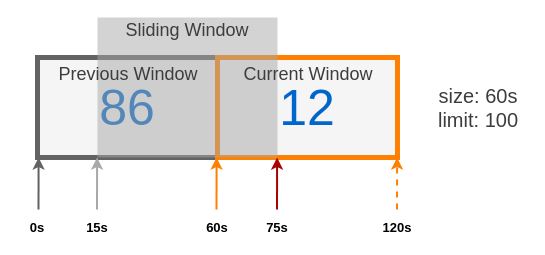
The draw.io diagram docs/slidingwindow.drawio in RussellLuo/slidingwindow, before the edit. Source tidied: cells renumbered, new cells numbered last; positions are measured from the earlier drawing's top-left corner, leaving out a move shared by most shapes. Both pictures are drawn from the tidied source at 100%, with x=0, y=0 at pixel (17, 17).
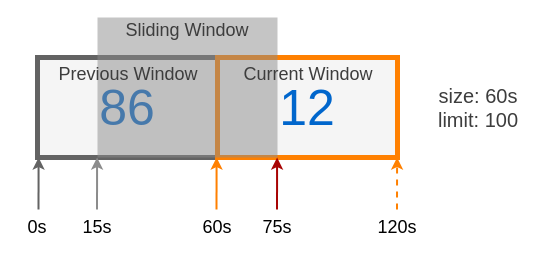
After the change.

The edit, as a diff of the source:
```diff
@@
-    <mxCell id="4" style="rounded=0;whiteSpace=wrap;html=1;dashed=1;gradientColor=none;fillColor=#A8A8A8;strokeWidth=2;strokeColor=none;opacity=50;fontSize=18;" parent="1" vertex="1">
+    <mxCell id="4" style="rounded=0;whiteSpace=wrap;html=1;dashed=1;gradientColor=none;fillColor=#8C8C8C;strokeWidth=2;strokeColor=none;opacity=50;fontSize=18;" parent="1" vertex="1">
       <mxGeometry x="80" width="180" height="140" as="geometry" />
     </mxCell>
@@
-    <mxCell id="6" style="endArrow=classic;html=1;strokeColor=#A8A8A8;strokeWidth=2;entryX=0.006;entryY=0.98;entryDx=0;entryDy=0;entryPerimeter=0;fillColor=#dae8fc;" parent="1" edge="1">
+    <mxCell id="6" style="endArrow=classic;html=1;strokeColor=#8C8C8C;strokeWidth=2;entryX=0.006;entryY=0.98;entryDx=0;entryDy=0;entryPerimeter=0;fillColor=#dae8fc;" parent="1" edge="1">
       <mxGeometry relative="1" as="geometry">
         <mxPoint x="79.5" y="192" as="sourcePoint" />
         <mxPoint x="79.6" y="140" as="targetPoint" />
       </mxGeometry>
     </mxCell>
@@
-    <mxCell id="9" value="0s" style="text;html=1;strokeColor=none;fillColor=none;align=center;verticalAlign=middle;whiteSpace=wrap;rounded=0;dashed=1;opacity=50;fontSize=13;fontStyle=1;" parent="1" vertex="1">
+    <mxCell id="9" value="0s" style="text;html=1;strokeColor=none;fillColor=none;align=center;verticalAlign=middle;whiteSpace=wrap;rounded=0;dashed=1;opacity=50;fontSize=18;fontStyle=0;" parent="1" vertex="1">
       <mxGeometry y="200" width="40" height="20" as="geometry" />
     </mxCell>
-    <mxCell id="10" value="15s" style="text;html=1;strokeColor=none;fillColor=none;align=center;verticalAlign=middle;whiteSpace=wrap;rounded=0;dashed=1;opacity=50;fontSize=13;fontStyle=1;" parent="1" vertex="1">
+    <mxCell id="10" value="15s" style="text;html=1;strokeColor=none;fillColor=none;align=center;verticalAlign=middle;whiteSpace=wrap;rounded=0;dashed=1;opacity=50;fontSize=18;fontStyle=0;" parent="1" vertex="1">
       <mxGeometry x="60" y="200" width="40" height="20" as="geometry" />
     </mxCell>
-    <mxCell id="11" value="60s" style="text;html=1;strokeColor=none;fillColor=none;align=center;verticalAlign=middle;whiteSpace=wrap;rounded=0;dashed=1;opacity=50;fontSize=13;fontStyle=1;" parent="1" vertex="1">
+    <mxCell id="11" value="60s" style="text;html=1;strokeColor=none;fillColor=none;align=center;verticalAlign=middle;whiteSpace=wrap;rounded=0;dashed=1;opacity=50;fontSize=18;fontStyle=0;" parent="1" vertex="1">
       <mxGeometry x="180" y="200" width="40" height="20" as="geometry" />
     </mxCell>
-    <mxCell id="12" value="75s" style="text;html=1;strokeColor=none;fillColor=none;align=center;verticalAlign=middle;whiteSpace=wrap;rounded=0;dashed=1;opacity=50;fontSize=13;fontStyle=1;" parent="1" vertex="1">
+    <mxCell id="12" value="75s" style="text;html=1;strokeColor=none;fillColor=none;align=center;verticalAlign=middle;whiteSpace=wrap;rounded=0;dashed=1;opacity=50;fontSize=18;fontStyle=0;" parent="1" vertex="1">
       <mxGeometry x="240" y="200" width="40" height="20" as="geometry" />
     </mxCell>
@@
-    <mxCell id="14" value="120s" style="text;html=1;strokeColor=none;fillColor=none;align=center;verticalAlign=middle;whiteSpace=wrap;rounded=0;dashed=1;opacity=50;fontSize=13;fontStyle=1;" parent="1" vertex="1">
+    <mxCell id="14" value="120s" style="text;html=1;strokeColor=none;fillColor=none;align=center;verticalAlign=middle;whiteSpace=wrap;rounded=0;dashed=1;opacity=50;fontSize=18;fontStyle=0;" parent="1" vertex="1">
       <mxGeometry x="360" y="200" width="40" height="20" as="geometry" />
     </mxCell>
```
